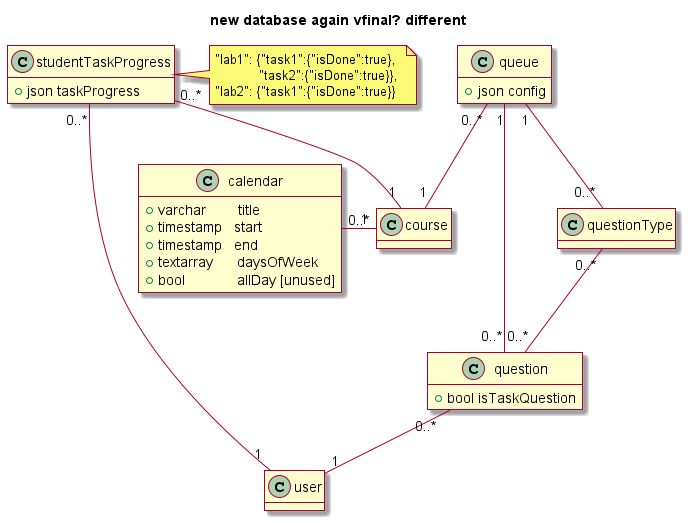
Earlier version of the PlantUML export docs/diagrams/v2_new_database.png (ubco-db/helpme). Source of this version:
```plantuml
@startuml
skin rose

title new database again vfinal? different


class queue {
  +json config
}

class course

class calendar {
  +varchar        title
  +timestamp   start
  +timestamp   end
  +textarray      daysOfWeek
  +bool             allDay [unused]
}

class course

class question {
  +bool isTaskQuestion
}

class thing as "studentTaskProgress" {
  +json taskProgress
}
note right : "lab1": {"task1":{"isDone":true},\n\t   "task2":{"isDone":true}}, \n"lab2": {"task1":{"isDone":true}}

class questionType {
}


queue "0..*" -- "1" course
question "0..*" -- "1" queue
question "0..*" -- "1" user
thing "0..*" -- "1" user
thing "0..*" -- "1" course
calendar "0..*" --right "1" course
questionType "0..*" -- "0..*" question
queue "1" -- "0..*" questionType


hide empty methods


@enduml
```
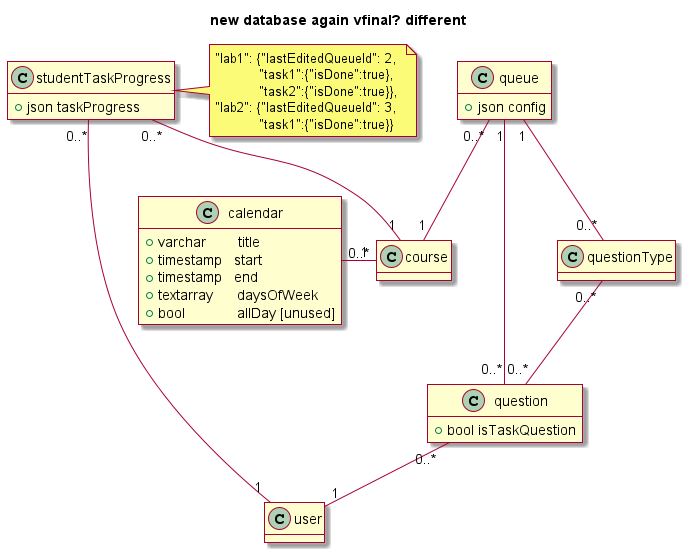
Later version of the same file.

The edit, as a diff of the source:
```diff
@@ -27,7 +27,7 @@
 class thing as "studentTaskProgress" {
   +json taskProgress
 }
-note right : "lab1": {"task1":{"isDone":true},\n\t   "task2":{"isDone":true}}, \n"lab2": {"task1":{"isDone":true}}
+note right : "lab1": {"lastEditedQueueId": 2,\n\t   "task1":{"isDone":true},\n\t   "task2":{"isDone":true}}, \n"lab2": {"lastEditedQueueId": 3,\n\t   "task1":{"isDone":true}}
 
 class questionType {
 }
```
